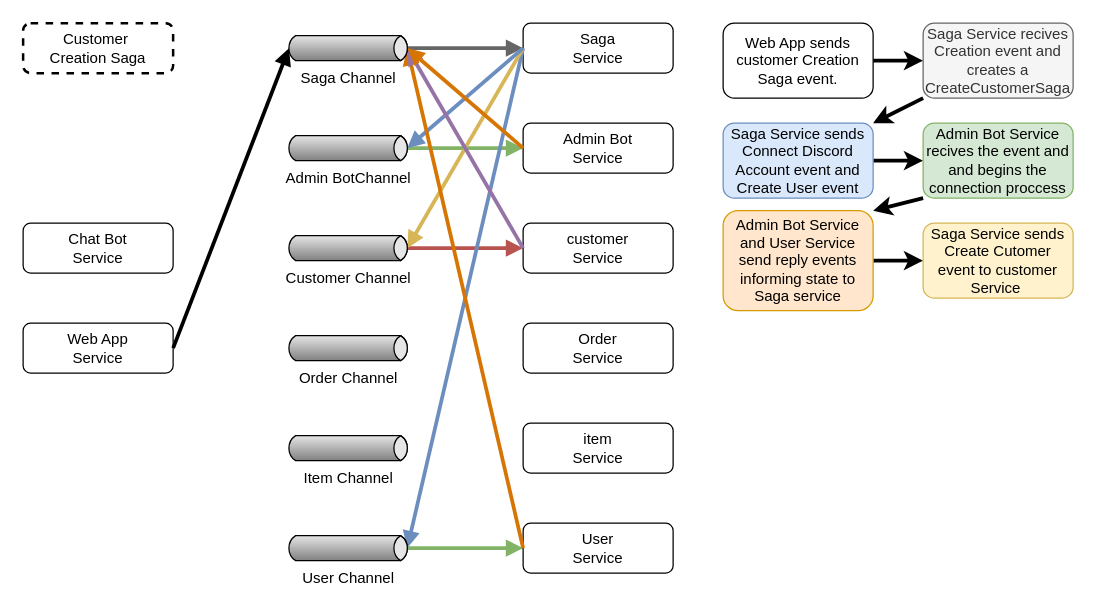
Earlier version of the draw.io diagram page "CustomerCreationSaga" (2 of 6) of diagrams/ddd_diagrams.drawio (123qq1/ddd_test). Source tidied: cells renumbered, new cells numbered last; positions are measured from the earlier drawing's top-left corner, leaving out a move shared by most shapes. Both pictures are drawn from the tidied source at 125%, with x=0, y=0 at pixel (22, 22).
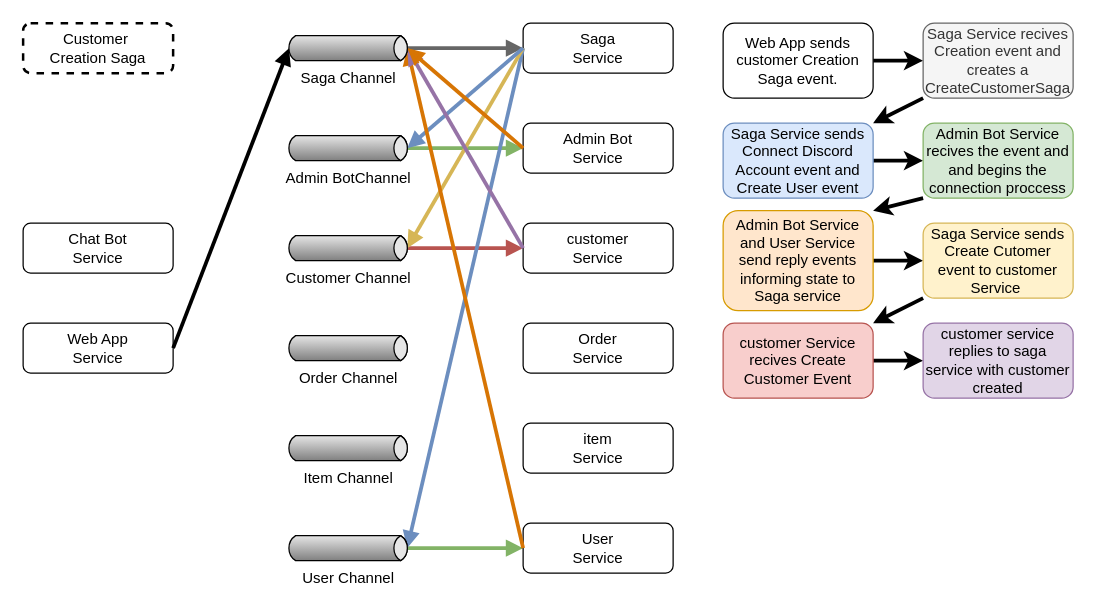
Above is the later version.

Commit message (it also covers changes not shown here):
Added create customer api endpoint

Unchanged cells that the change refers to:
```xml
<mxCell id="38" value="Saga Service sends Create Cutomer event to customer Service&amp;nbsp;" style="rounded=1;whiteSpace=wrap;html=1;fillColor=#fff2cc;strokeColor=#d6b656;" parent="1" vertex="1">
  <mxGeometry x="720" y="160" width="120" height="60" as="geometry" />
</mxCell>
```

The edit, as a diff of the source:
```diff
@@
+    <mxCell id="39" style="rounded=0;jettySize=auto;html=1;exitX=1;exitY=0.5;exitDx=0;exitDy=0;entryX=0;entryY=0.5;entryDx=0;entryDy=0;strokeWidth=3;" parent="1" edge="1" source="40" target="42">
+      <mxGeometry relative="1" as="geometry" />
+    </mxCell>
+    <mxCell id="40" value="customer Service recives Create Customer Event" style="rounded=1;whiteSpace=wrap;html=1;fillColor=#f8cecc;strokeColor=#b85450;" parent="1" vertex="1">
+      <mxGeometry x="560" y="240" width="120" height="60" as="geometry" />
+    </mxCell>
+    <mxCell id="41" style="edgeStyle=none;rounded=0;jettySize=auto;html=1;exitX=0;exitY=1;exitDx=0;exitDy=0;strokeWidth=3;fontSize=12;entryX=1;entryY=0;entryDx=0;entryDy=0;" parent="1" edge="1" source="38" target="40">
+      <mxGeometry relative="1" as="geometry" />
+    </mxCell>
+    <mxCell id="42" value="customer service replies to saga service with customer created" style="rounded=1;whiteSpace=wrap;html=1;fillColor=#e1d5e7;strokeColor=#9673a6;" parent="1" vertex="1">
+      <mxGeometry x="720" y="240" width="120" height="60" as="geometry" />
+    </mxCell>
```
